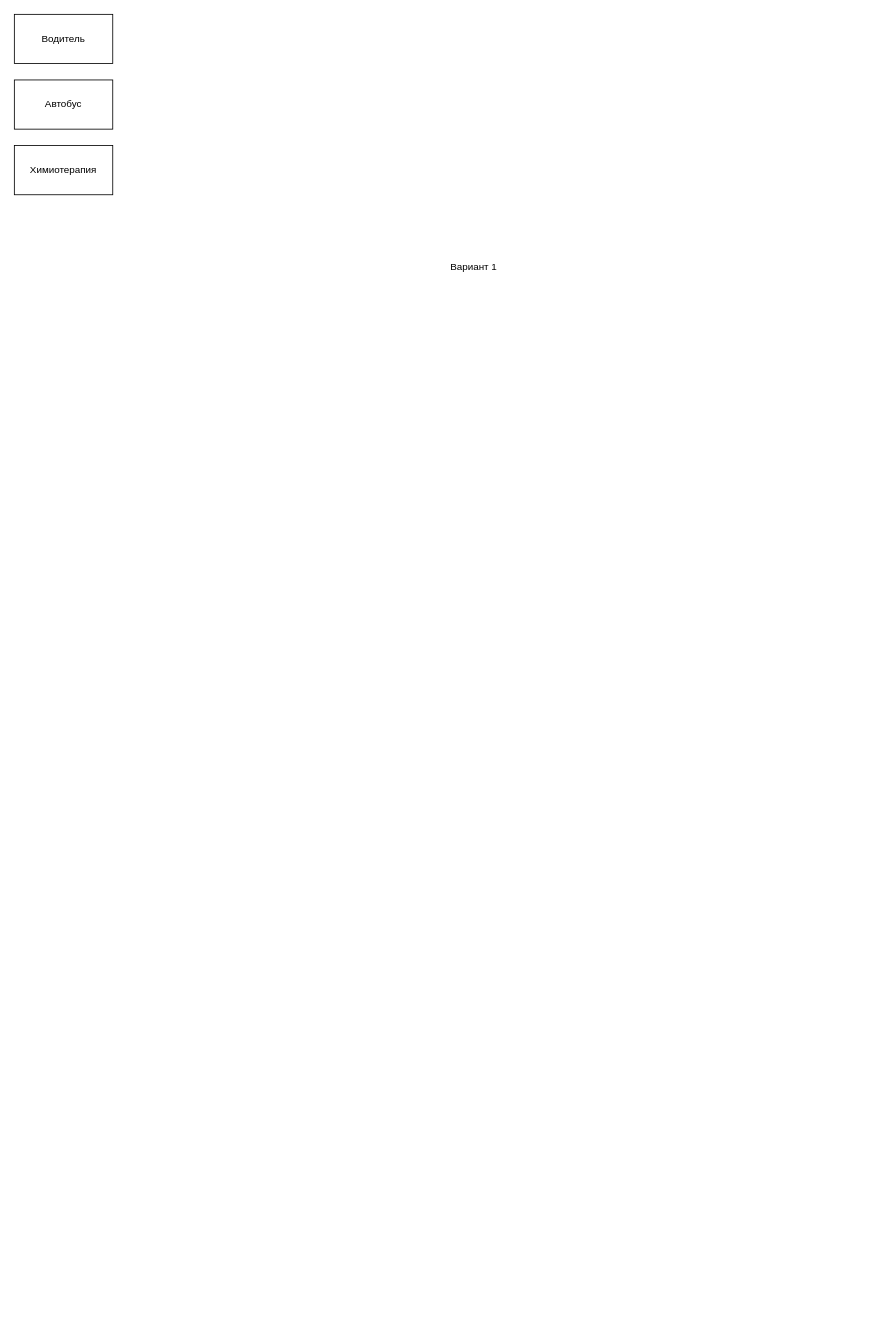
Earlier version of the draw.io diagram DZ1_2.drawio (DMfananddu/DSM). Source tidied: cells renumbered, new cells numbered last; positions are measured from the earlier drawing's top-left corner, leaving out a move shared by most shapes. Both pictures are drawn from the tidied source at 82%, with x=0, y=0 at pixel (14, 14).
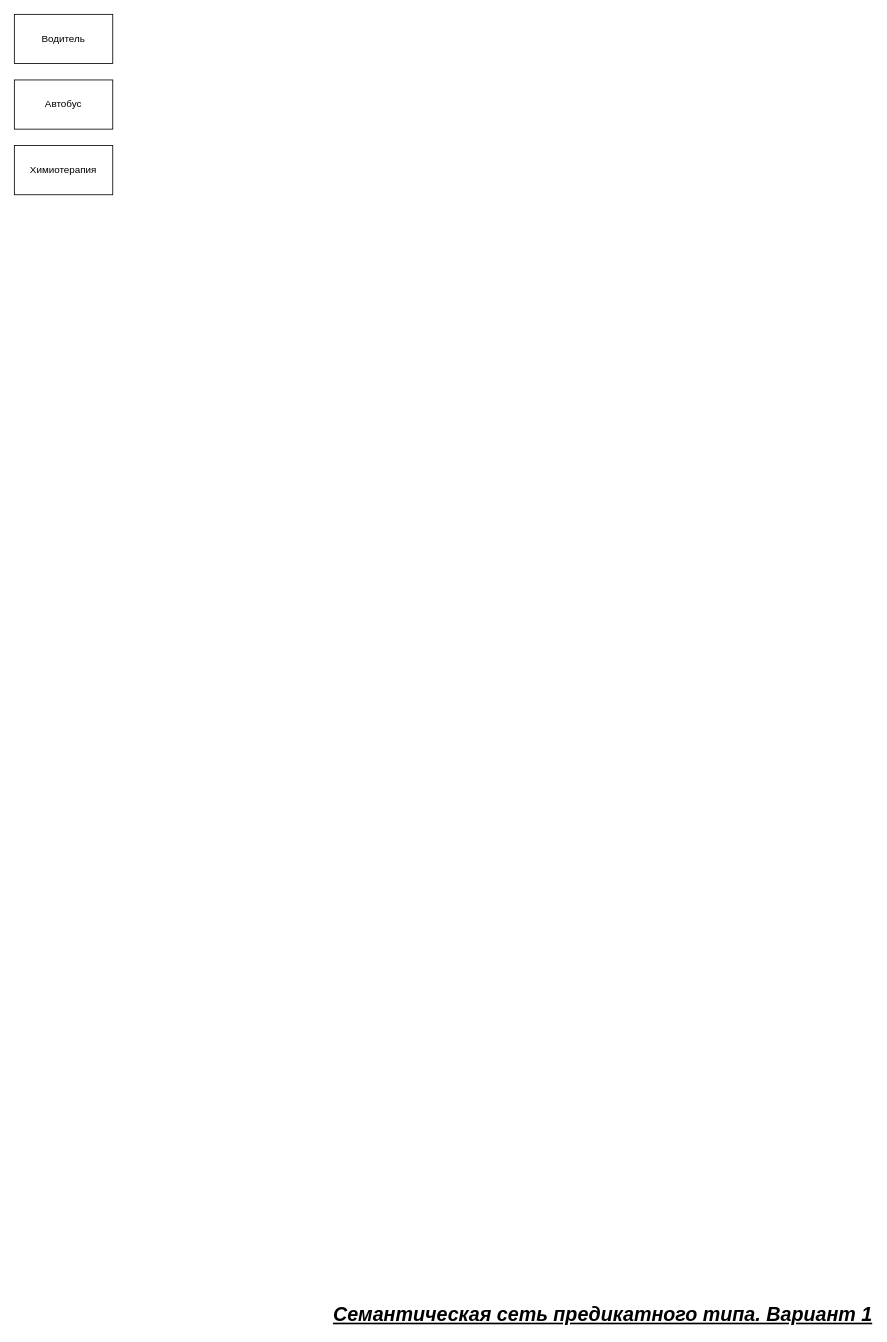
The same page after the edit.

What changed in the source:
```diff
@@
 <mxGraphModel>
   <root>
     <mxCell id="0" />
     <mxCell id="1" parent="0" />
     <mxCell id="2" value="Водитель" style="rounded=0;whiteSpace=wrap;html=1;" parent="1" vertex="1">
       <mxGeometry width="120" height="60" as="geometry" />
     </mxCell>
     <mxCell id="3" value="Автобус" style="rounded=0;whiteSpace=wrap;html=1;" parent="1" vertex="1">
       <mxGeometry y="80" width="120" height="60" as="geometry" />
     </mxCell>
     <mxCell id="4" value="Химиотерапия" style="rounded=0;whiteSpace=wrap;html=1;" parent="1" vertex="1">
       <mxGeometry y="160" width="120" height="60" as="geometry" />
     </mxCell>
-    <mxCell id="5" value="Вариант 1" style="text;html=1;align=left;verticalAlign=top;spacingTop=-4;" parent="1" vertex="1">
-      <mxGeometry x="530" y="298" width="70" height="20" as="geometry" />
-    </mxCell>
+    <mxCell id="6" value="Семантическая сеть предикатного типа. Вариант 1" style="text;html=1;align=left;verticalAlign=top;spacingTop=-4;fontSize=24;fontStyle=7;" parent="1" vertex="1">
+      <mxGeometry x="387" y="1569" width="580" height="30" as="geometry" />
+    </mxCell>
   </root>
 </mxGraphModel>
```
